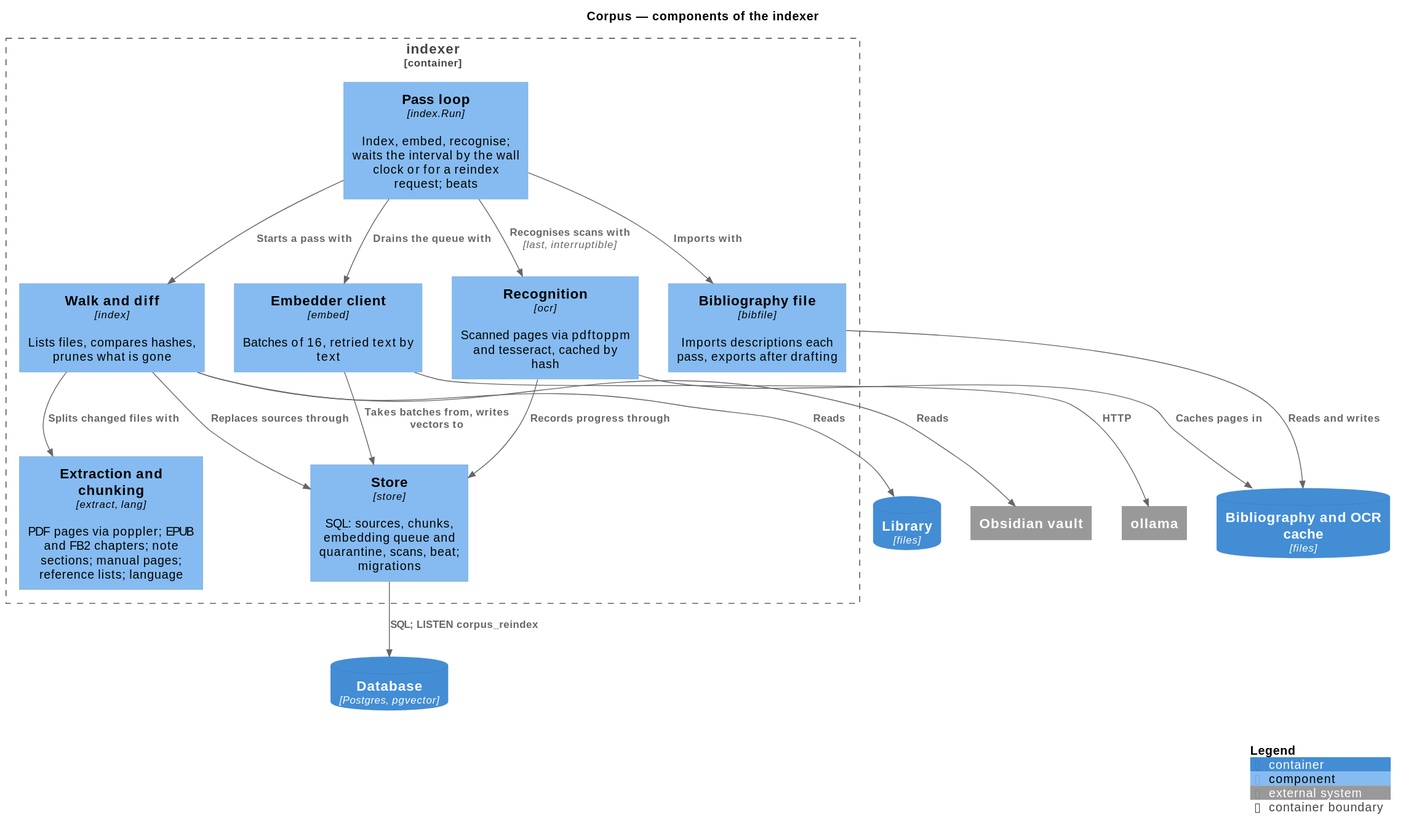
Before: docs/c4/indexer.svg, a diagram exported from PlantUML (smirnoffmg/corpus).
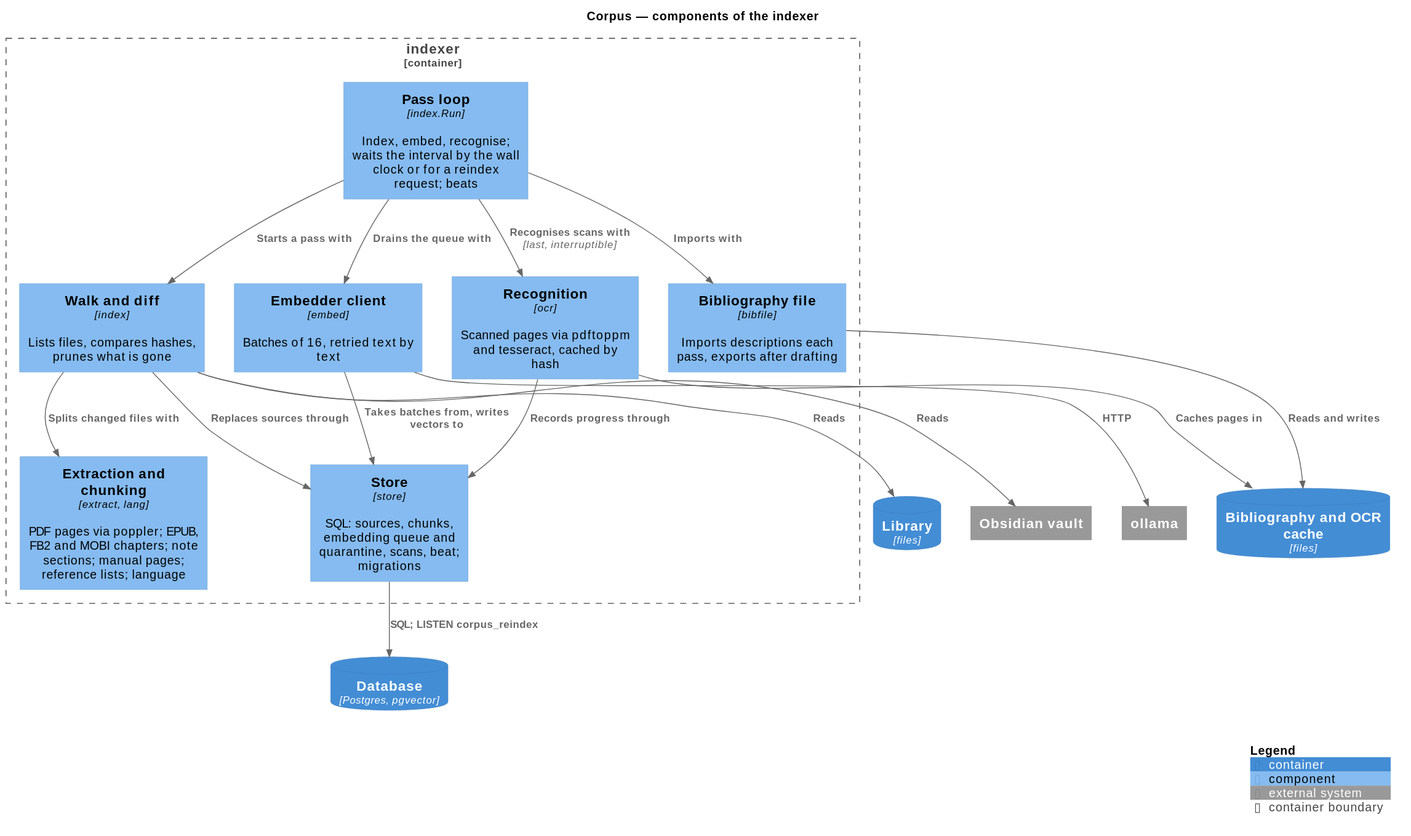
Above is the later version.

Change to the diagram source:
```diff
@@ -12,7 +12,7 @@
 Container_Boundary(indexer, "indexer") {
     Component(loop, "Pass loop", "index.Run", "Index, embed, recognise; waits the interval by the wall clock or for a reindex request; beats")
     Component(walk, "Walk and diff", "index", "Lists files, compares hashes, prunes what is gone")
-    Component(extract, "Extraction and chunking", "extract, lang", "PDF pages via poppler; EPUB and FB2 chapters; note sections; manual pages; reference lists; language")
+    Component(extract, "Extraction and chunking", "extract, lang", "PDF pages via poppler; EPUB, FB2 and MOBI chapters; note sections; manual pages; reference lists; language")
     Component(ocr, "Recognition", "ocr", "Scanned pages via pdftoppm and tesseract, cached by hash")
     Component(embedc, "Embedder client", "embed", "Batches of 16, retried text by text")
     Component(bib, "Bibliography file", "bibfile", "Imports descriptions each pass, exports after drafting")
```
